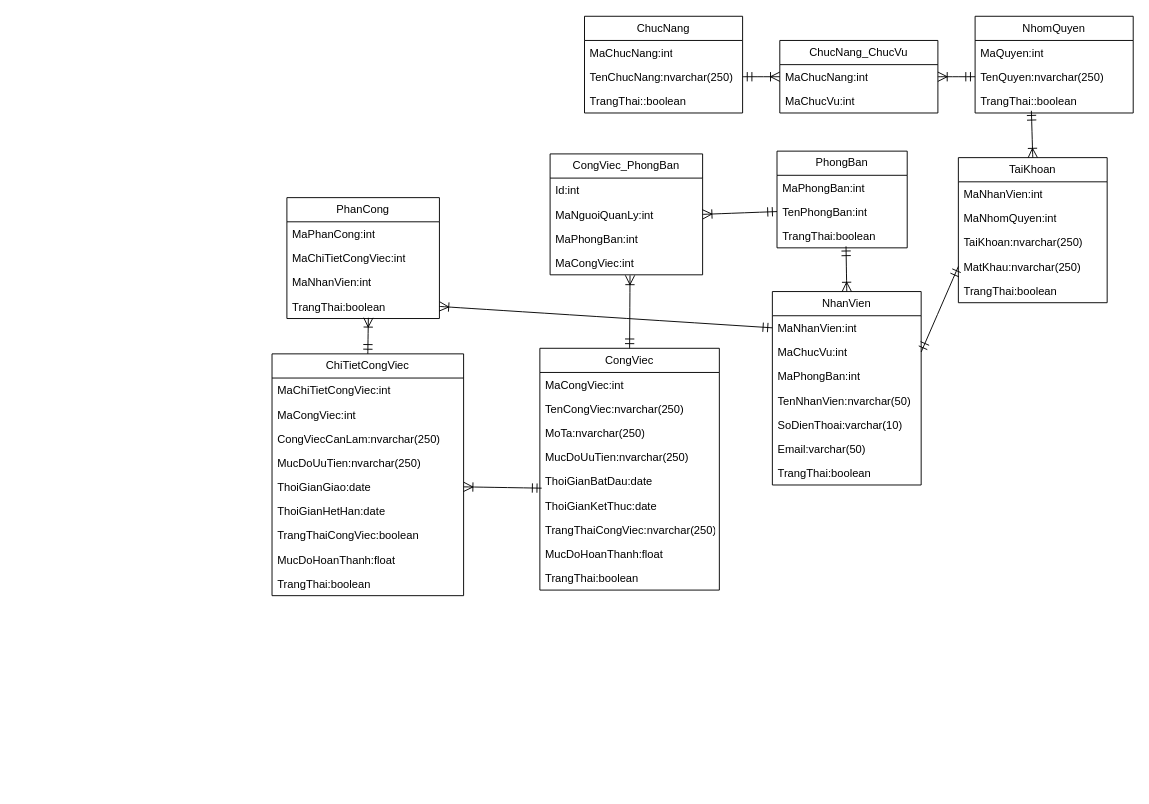
Earlier version of the draw.io diagram dacn+.net.drawio (maivantai2003/vercelDemo). Source tidied: cells renumbered, new cells numbered last; positions are measured from the earlier drawing's top-left corner, leaving out a move shared by most shapes. Both pictures are drawn from the tidied source at 93%, with x=0, y=0 at pixel (272, 16).
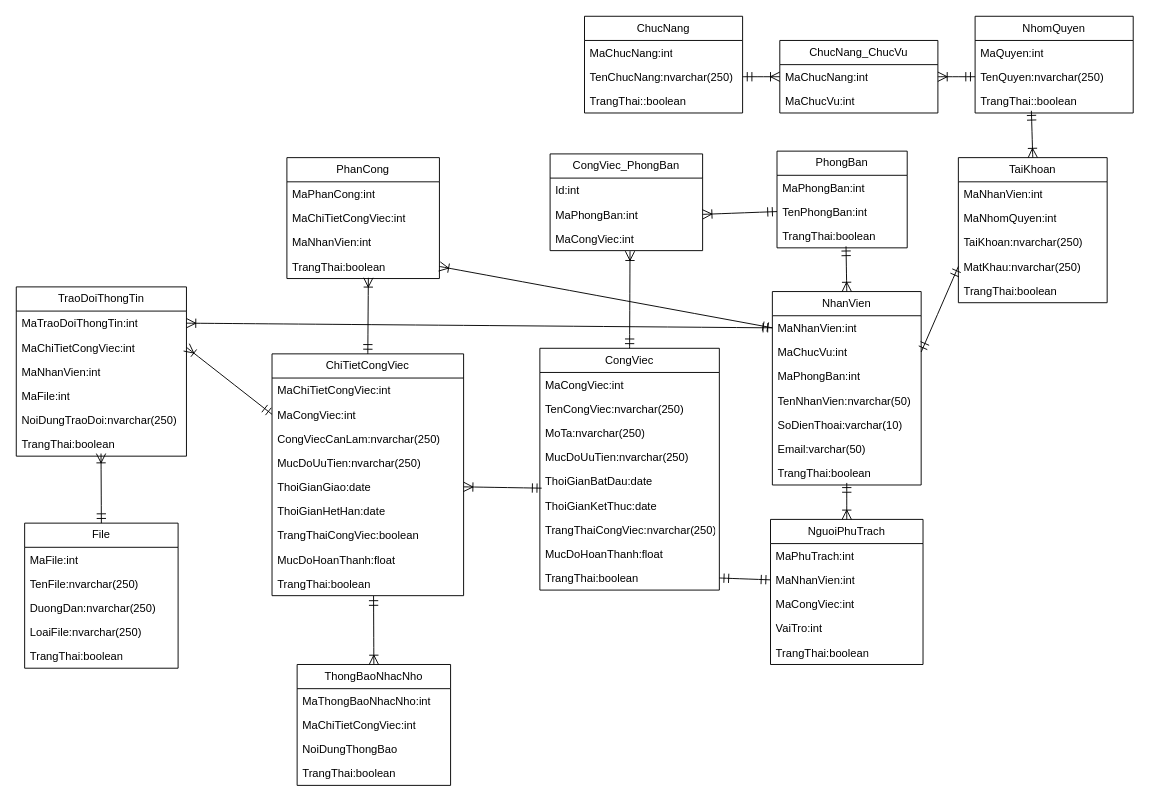
The same diagram, later.

The change refers to these unchanged cells:
```xml
<mxCell id="10" value="TenPhongBan:int" style="text;strokeColor=none;fillColor=none;align=left;verticalAlign=top;spacingLeft=4;spacingRight=4;overflow=hidden;points=[[0,0.5],[1,0.5]];portConstraint=eastwest;whiteSpace=wrap;html=1;" parent="8" vertex="1">
  <mxGeometry y="52" width="140" height="26" as="geometry" />
</mxCell>
<mxCell id="22" value="TrangThai:boolean" style="text;strokeColor=none;fillColor=none;align=left;verticalAlign=top;spacingLeft=4;spacingRight=4;overflow=hidden;points=[[0,0.5],[1,0.5]];portConstraint=eastwest;whiteSpace=wrap;html=1;" parent="13" vertex="1">
  <mxGeometry y="234" width="193" height="26" as="geometry" />
</mxCell>
<mxCell id="44" value="MaNhanVien:int" style="text;strokeColor=none;fillColor=none;align=left;verticalAlign=top;spacingLeft=4;spacingRight=4;overflow=hidden;points=[[0,0.5],[1,0.5]];portConstraint=eastwest;whiteSpace=wrap;html=1;" parent="43" vertex="1">
  <mxGeometry y="26" width="160" height="26" as="geometry" />
</mxCell>
<mxCell id="50" value="TrangThai:boolean" style="text;strokeColor=none;fillColor=none;align=left;verticalAlign=top;spacingLeft=4;spacingRight=4;overflow=hidden;points=[[0,0.5],[1,0.5]];portConstraint=eastwest;whiteSpace=wrap;html=1;" parent="43" vertex="1">
  <mxGeometry y="182" width="160" height="26" as="geometry" />
</mxCell>
<mxCell id="56" value="MaCongViec:int" style="text;strokeColor=none;fillColor=none;align=left;verticalAlign=top;spacingLeft=4;spacingRight=4;overflow=hidden;points=[[0,0.5],[1,0.5]];portConstraint=eastwest;whiteSpace=wrap;html=1;" parent="54" vertex="1">
  <mxGeometry y="52" width="206" height="26" as="geometry" />
</mxCell>
<mxCell id="63" value="TrangThai:boolean" style="text;strokeColor=none;fillColor=none;align=left;verticalAlign=top;spacingLeft=4;spacingRight=4;overflow=hidden;points=[[0,0.5],[1,0.5]];portConstraint=eastwest;whiteSpace=wrap;html=1;" parent="54" vertex="1">
  <mxGeometry y="234" width="206" height="26" as="geometry" />
</mxCell>
```

Diff of the diagram source:
```diff
@@
     <mxCell id="37" value="CongViec_PhongBan" style="swimlane;fontStyle=0;horizontal=1;startSize=26;fillColor=none;whiteSpace=wrap;html=1;" parent="1" vertex="1">
-      <mxGeometry x="299" y="148" width="164" height="130" as="geometry" />
+      <mxGeometry x="299" y="148" width="164" height="104" as="geometry" />
     </mxCell>
@@
-    <mxCell id="39" value="MaNguoiQuanLy:int" style="text;strokeColor=none;fillColor=none;align=left;verticalAlign=top;spacingLeft=4;spacingRight=4;overflow=hidden;points=[[0,0.5],[1,0.5]];portConstraint=eastwest;whiteSpace=wrap;html=1;" parent="37" vertex="1">
-      <mxGeometry y="52" width="164" height="26" as="geometry" />
-    </mxCell>
     <mxCell id="40" value="MaPhongBan:int" style="text;strokeColor=none;fillColor=none;align=left;verticalAlign=top;spacingLeft=4;spacingRight=4;overflow=hidden;whiteSpace=wrap;html=1;" parent="37" vertex="1">
-      <mxGeometry y="78" width="164" height="26" as="geometry" />
+      <mxGeometry y="52" width="164" height="26" as="geometry" />
     </mxCell>
     <mxCell id="41" value="MaCongViec:int" style="text;strokeColor=none;fillColor=none;align=left;verticalAlign=top;spacingLeft=4;spacingRight=4;overflow=hidden;points=[[0,0.5],[1,0.5]];portConstraint=eastwest;whiteSpace=wrap;html=1;" parent="37" vertex="1">
-      <mxGeometry y="104" width="164" height="26" as="geometry" />
+      <mxGeometry y="78" width="164" height="26" as="geometry" />
     </mxCell>
@@
-    <mxCell id="52" style="edgeStyle=none;curved=1;rounded=0;jettySize=auto;html=1;exitX=1;exitY=0.5;exitDx=0;exitDy=0;entryX=0;entryY=0.5;entryDx=0;entryDy=0;fontSize=12;startSize=8;endSize=8;startArrow=ERoneToMany;startFill=0;endArrow=ERmandOne;endFill=0;" parent="1" edge="1" source="39" target="10">
-      <mxGeometry relative="1" as="geometry" />
+    <mxCell id="52" style="edgeStyle=none;curved=1;rounded=0;jettySize=auto;html=1;exitX=1;exitY=0.5;exitDx=0;exitDy=0;entryX=0;entryY=0.5;entryDx=0;entryDy=0;fontSize=12;startSize=8;endSize=8;startArrow=ERoneToMany;startFill=0;endArrow=ERmandOne;endFill=0;" parent="1" edge="1" target="10">
+      <mxGeometry relative="1" as="geometry">
+        <mxPoint x="463" y="213" as="sourcePoint" />
+      </mxGeometry>
     </mxCell>
@@
     <mxCell id="65" value="PhanCong" style="swimlane;fontStyle=0;horizontal=1;startSize=26;fillColor=none;whiteSpace=wrap;html=1;" parent="1" vertex="1">
-      <mxGeometry x="16" y="195" width="164" height="130" as="geometry" />
+      <mxGeometry x="16" y="152" width="164" height="130" as="geometry" />
     </mxCell>
@@
+    <mxCell id="72" value="NguoiPhuTrach" style="swimlane;fontStyle=0;horizontal=1;startSize=26;fillColor=none;whiteSpace=wrap;html=1;" parent="1" vertex="1">
+      <mxGeometry x="536" y="541" width="164" height="156" as="geometry" />
+    </mxCell>
+    <mxCell id="73" value="MaPhuTrach:int" style="text;strokeColor=none;fillColor=none;align=left;verticalAlign=top;spacingLeft=4;spacingRight=4;overflow=hidden;whiteSpace=wrap;html=1;" parent="72" vertex="1">
+      <mxGeometry y="26" width="164" height="26" as="geometry" />
+    </mxCell>
+    <mxCell id="74" value="MaNhanVien:int" style="text;strokeColor=none;fillColor=none;align=left;verticalAlign=top;spacingLeft=4;spacingRight=4;overflow=hidden;points=[[0,0.5],[1,0.5]];portConstraint=eastwest;whiteSpace=wrap;html=1;" parent="72" vertex="1">
+      <mxGeometry y="52" width="164" height="26" as="geometry" />
+    </mxCell>
+    <mxCell id="75" value="MaCongViec:int" style="text;strokeColor=none;fillColor=none;align=left;verticalAlign=top;spacingLeft=4;spacingRight=4;overflow=hidden;whiteSpace=wrap;html=1;" parent="72" vertex="1">
+      <mxGeometry y="78" width="164" height="26" as="geometry" />
+    </mxCell>
+    <mxCell id="76" value="VaiTro:int" style="text;strokeColor=none;fillColor=none;align=left;verticalAlign=top;spacingLeft=4;spacingRight=4;overflow=hidden;whiteSpace=wrap;html=1;" parent="72" vertex="1">
+      <mxGeometry y="104" width="164" height="26" as="geometry" />
+    </mxCell>
+    <mxCell id="77" value="TrangThai:boolean" style="text;strokeColor=none;fillColor=none;align=left;verticalAlign=top;spacingLeft=4;spacingRight=4;overflow=hidden;whiteSpace=wrap;html=1;" parent="72" vertex="1">
+      <mxGeometry y="130" width="164" height="26" as="geometry" />
+    </mxCell>
+    <mxCell id="78" style="edgeStyle=none;curved=1;rounded=0;jettySize=auto;html=1;exitX=0.5;exitY=0;exitDx=0;exitDy=0;entryX=0.5;entryY=0.915;entryDx=0;entryDy=0;entryPerimeter=0;fontSize=12;startSize=8;endSize=8;startArrow=ERoneToMany;startFill=0;endArrow=ERmandOne;endFill=0;" parent="1" edge="1" source="72" target="50">
+      <mxGeometry relative="1" as="geometry" />
+    </mxCell>
+    <mxCell id="79" style="edgeStyle=none;curved=1;rounded=0;jettySize=auto;html=1;exitX=1;exitY=0.5;exitDx=0;exitDy=0;entryX=0;entryY=0.5;entryDx=0;entryDy=0;fontSize=12;startSize=8;endSize=8;startArrow=ERmandOne;startFill=0;endArrow=ERmandOne;endFill=0;" parent="1" edge="1" source="22" target="74">
+      <mxGeometry relative="1" as="geometry" />
+    </mxCell>
+    <mxCell id="80" value="ThongBaoNhacNho" style="swimlane;fontStyle=0;horizontal=1;startSize=26;fillColor=none;whiteSpace=wrap;html=1;" parent="1" vertex="1">
+      <mxGeometry x="27" y="697" width="165" height="130" as="geometry" />
+    </mxCell>
+    <mxCell id="81" value="MaThongBaoNhacNho:int" style="text;strokeColor=none;fillColor=none;align=left;verticalAlign=top;spacingLeft=4;spacingRight=4;overflow=hidden;whiteSpace=wrap;html=1;" parent="80" vertex="1">
+      <mxGeometry y="26" width="165" height="26" as="geometry" />
+    </mxCell>
+    <mxCell id="82" value="MaChiTietCongViec:int" style="text;strokeColor=none;fillColor=none;align=left;verticalAlign=top;spacingLeft=4;spacingRight=4;overflow=hidden;whiteSpace=wrap;html=1;" parent="80" vertex="1">
+      <mxGeometry y="52" width="165" height="26" as="geometry" />
+    </mxCell>
+    <mxCell id="83" value="NoiDungThongBao" style="text;strokeColor=none;fillColor=none;align=left;verticalAlign=top;spacingLeft=4;spacingRight=4;overflow=hidden;whiteSpace=wrap;html=1;" parent="80" vertex="1">
+      <mxGeometry y="78" width="165" height="26" as="geometry" />
+    </mxCell>
+    <mxCell id="84" value="TrangThai:boolean" style="text;strokeColor=none;fillColor=none;align=left;verticalAlign=top;spacingLeft=4;spacingRight=4;overflow=hidden;whiteSpace=wrap;html=1;" parent="80" vertex="1">
+      <mxGeometry y="104" width="165" height="26" as="geometry" />
+    </mxCell>
+    <mxCell id="85" style="edgeStyle=none;curved=1;rounded=0;jettySize=auto;html=1;exitX=0.5;exitY=0;exitDx=0;exitDy=0;entryX=0.53;entryY=1.015;entryDx=0;entryDy=0;entryPerimeter=0;fontSize=12;startSize=8;endSize=8;startArrow=ERoneToMany;startFill=0;endArrow=ERmandOne;endFill=0;" parent="1" edge="1" source="80" target="63">
+      <mxGeometry relative="1" as="geometry" />
+    </mxCell>
+    <mxCell id="86" value="TraoDoiThongTin" style="swimlane;fontStyle=0;horizontal=1;startSize=26;fillColor=none;whiteSpace=wrap;html=1;" parent="1" vertex="1">
+      <mxGeometry x="-275" y="291" width="183" height="182" as="geometry" />
+    </mxCell>
+    <mxCell id="87" value="MaTraoDoiThongTin:int" style="text;strokeColor=none;fillColor=none;align=left;verticalAlign=top;spacingLeft=4;spacingRight=4;overflow=hidden;points=[[0,0.5],[1,0.5]];portConstraint=eastwest;whiteSpace=wrap;html=1;" parent="86" vertex="1">
+      <mxGeometry y="26" width="183" height="26" as="geometry" />
+    </mxCell>
+    <mxCell id="88" value="MaChiTietCongViec:int" style="text;strokeColor=none;fillColor=none;align=left;verticalAlign=top;spacingLeft=4;spacingRight=4;overflow=hidden;points=[[0,0.5],[1,0.5]];portConstraint=eastwest;whiteSpace=wrap;html=1;" parent="86" vertex="1">
+      <mxGeometry y="52" width="183" height="26" as="geometry" />
+    </mxCell>
+    <mxCell id="89" value="MaNhanVien:int" style="text;strokeColor=none;fillColor=none;align=left;verticalAlign=top;spacingLeft=4;spacingRight=4;overflow=hidden;whiteSpace=wrap;html=1;" parent="86" vertex="1">
+      <mxGeometry y="78" width="183" height="26" as="geometry" />
+    </mxCell>
+    <mxCell id="90" value="MaFile:int" style="text;strokeColor=none;fillColor=none;align=left;verticalAlign=top;spacingLeft=4;spacingRight=4;overflow=hidden;whiteSpace=wrap;html=1;" parent="86" vertex="1">
+      <mxGeometry y="104" width="183" height="26" as="geometry" />
+    </mxCell>
+    <mxCell id="91" value="NoiDungTraoDoi:nvarchar(250)" style="text;strokeColor=none;fillColor=none;align=left;verticalAlign=top;spacingLeft=4;spacingRight=4;overflow=hidden;whiteSpace=wrap;html=1;" parent="86" vertex="1">
+      <mxGeometry y="130" width="183" height="26" as="geometry" />
+    </mxCell>
+    <mxCell id="92" value="TrangThai:boolean" style="text;strokeColor=none;fillColor=none;align=left;verticalAlign=top;spacingLeft=4;spacingRight=4;overflow=hidden;points=[[0,0.5],[1,0.5]];portConstraint=eastwest;whiteSpace=wrap;html=1;" parent="86" vertex="1">
+      <mxGeometry y="156" width="183" height="26" as="geometry" />
+    </mxCell>
+    <mxCell id="93" value="File" style="swimlane;fontStyle=0;horizontal=1;startSize=26;fillColor=none;whiteSpace=wrap;html=1;" parent="1" vertex="1">
+      <mxGeometry x="-266" y="545" width="165" height="156" as="geometry" />
+    </mxCell>
+    <mxCell id="94" value="MaFile:int" style="text;strokeColor=none;fillColor=none;align=left;verticalAlign=top;spacingLeft=4;spacingRight=4;overflow=hidden;whiteSpace=wrap;html=1;" parent="93" vertex="1">
+      <mxGeometry y="26" width="165" height="26" as="geometry" />
+    </mxCell>
+    <mxCell id="95" value="TenFile:nvarchar(250)" style="text;strokeColor=none;fillColor=none;align=left;verticalAlign=top;spacingLeft=4;spacingRight=4;overflow=hidden;whiteSpace=wrap;html=1;" parent="93" vertex="1">
+      <mxGeometry y="52" width="165" height="26" as="geometry" />
+    </mxCell>
+    <mxCell id="96" value="DuongDan:nvarchar(250)" style="text;strokeColor=none;fillColor=none;align=left;verticalAlign=top;spacingLeft=4;spacingRight=4;overflow=hidden;whiteSpace=wrap;html=1;" parent="93" vertex="1">
+      <mxGeometry y="78" width="165" height="26" as="geometry" />
+    </mxCell>
+    <mxCell id="97" value="LoaiFile:nvarchar(250)" style="text;strokeColor=none;fillColor=none;align=left;verticalAlign=top;spacingLeft=4;spacingRight=4;overflow=hidden;whiteSpace=wrap;html=1;" parent="93" vertex="1">
+      <mxGeometry y="104" width="165" height="26" as="geometry" />
+    </mxCell>
+    <mxCell id="98" value="TrangThai:boolean" style="text;strokeColor=none;fillColor=none;align=left;verticalAlign=top;spacingLeft=4;spacingRight=4;overflow=hidden;whiteSpace=wrap;html=1;" parent="93" vertex="1">
+      <mxGeometry y="130" width="165" height="26" as="geometry" />
+    </mxCell>
+    <mxCell id="99" style="edgeStyle=none;curved=1;rounded=0;jettySize=auto;html=1;exitX=1;exitY=0.5;exitDx=0;exitDy=0;entryX=0;entryY=0.5;entryDx=0;entryDy=0;fontSize=12;startSize=8;endSize=8;startArrow=ERoneToMany;startFill=0;endArrow=ERmandOne;endFill=0;" parent="1" edge="1" source="88" target="56">
+      <mxGeometry relative="1" as="geometry" />
+    </mxCell>
+    <mxCell id="100" style="edgeStyle=none;curved=1;rounded=0;jettySize=auto;html=1;exitX=0.5;exitY=0;exitDx=0;exitDy=0;entryX=0.498;entryY=0.892;entryDx=0;entryDy=0;entryPerimeter=0;fontSize=12;startSize=8;endSize=8;endArrow=ERoneToMany;endFill=0;startArrow=ERmandOne;startFill=0;" parent="1" edge="1" source="93" target="92">
+      <mxGeometry relative="1" as="geometry" />
+    </mxCell>
+    <mxCell id="101" style="edgeStyle=none;curved=1;rounded=0;jettySize=auto;html=1;exitX=1;exitY=0.5;exitDx=0;exitDy=0;entryX=0;entryY=0.5;entryDx=0;entryDy=0;fontSize=12;startSize=8;endSize=8;startArrow=ERoneToMany;startFill=0;endArrow=ERmandOne;endFill=0;" parent="1" edge="1" source="87" target="44">
+      <mxGeometry relative="1" as="geometry" />
+    </mxCell>
```
